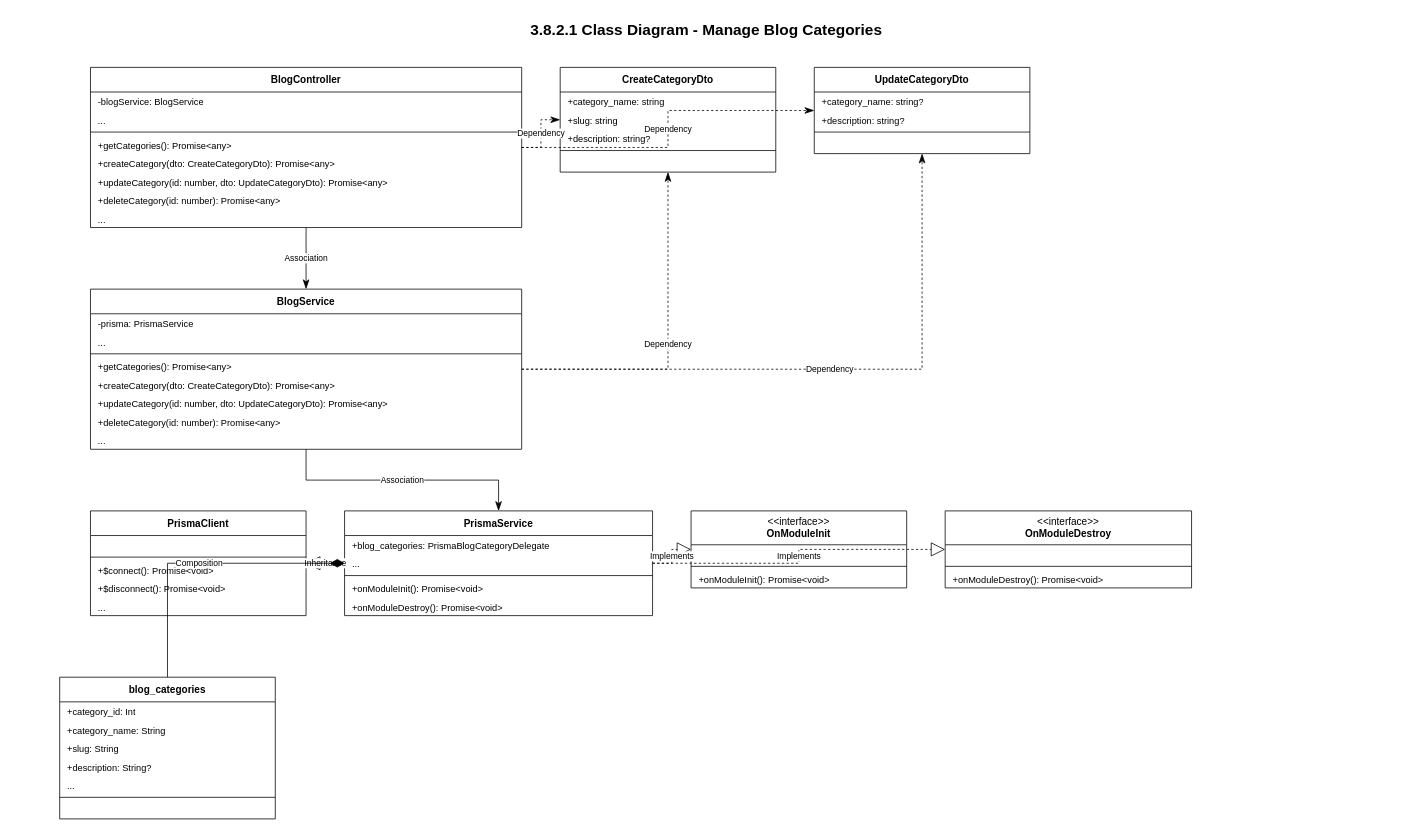
The draw.io diagram page "Manage Blog Categories" (2 of 5) of blog_all_class_diagrams.drawio in CuongBC195/class-diagram-donation-blood, before the edit. Source tidied: cells renumbered, new cells numbered last; positions are measured from the earlier drawing's top-left corner, leaving out a move shared by most shapes. Both pictures are drawn from the tidied source at 77%, with x=0, y=0 at pixel (13, 13).
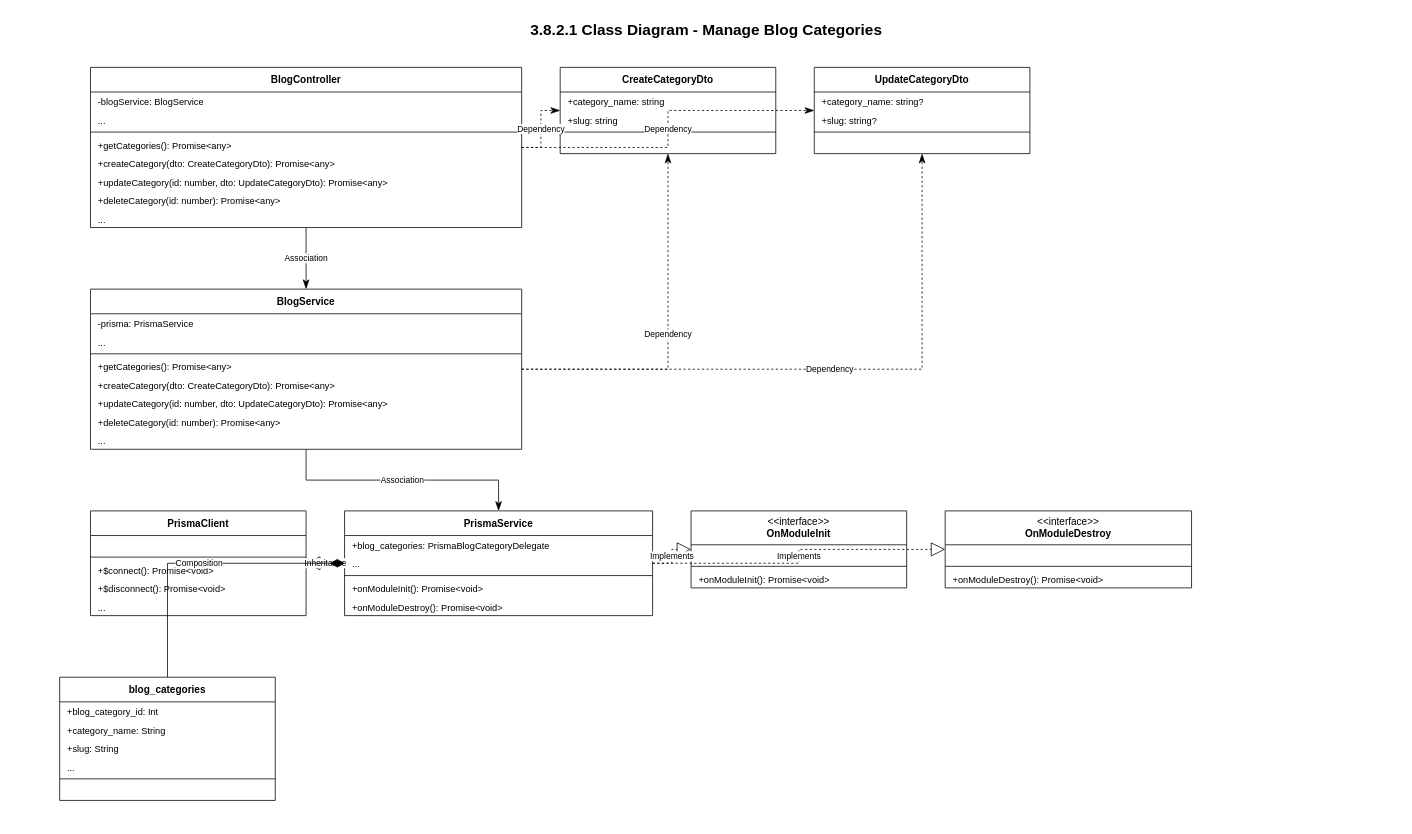
After the change.

Commit message (it also covers changes not shown here):
fix(diagrams): align Auth and Blog modules 100% with NestJS source and Prisma schema

Unchanged cells that the change refers to:
```xml
<mxCell id="18" value="&lt;b&gt;UpdateCategoryDto&lt;/b&gt;" style="swimlane;fontStyle=0;horizontal=1;startSize=32;whiteSpace=wrap;html=1;fillColor=#ffffff;strokeColor=#000000;swimlaneFillColor=#ffffff;fontColor=#000000;fontFamily=Arial;fontSize=13;" parent="1" vertex="1">
  <mxGeometry x="1040" y="70" width="280" height="112" as="geometry" />
</mxCell>
```

What changed in the source:
```diff
@@
     <mxCell id="12" value="&lt;b&gt;CreateCategoryDto&lt;/b&gt;" style="swimlane;fontStyle=0;horizontal=1;startSize=32;whiteSpace=wrap;html=1;fillColor=#ffffff;strokeColor=#000000;swimlaneFillColor=#ffffff;fontColor=#000000;fontFamily=Arial;fontSize=13;" parent="1" vertex="1">
-      <mxGeometry x="710" y="70" width="280" height="136" as="geometry" />
+      <mxGeometry x="710" y="70" width="280" height="112" as="geometry" />
     </mxCell>
@@
-    <mxCell id="15" value="+description: string?" style="text;strokeColor=none;fillColor=none;align=left;verticalAlign=top;spacingLeft=8;spacingRight=8;overflow=hidden;whiteSpace=wrap;html=1;fontFamily=Arial;fontSize=12;fontColor=#000000;" parent="12" vertex="1">
-      <mxGeometry y="80" width="280" height="24" as="geometry" />
-    </mxCell>
     <mxCell id="16" style="line;strokeWidth=1;fillColor=none;strokeColor=#000000;align=left;verticalAlign=middle;" parent="12" vertex="1">
-      <mxGeometry y="104" width="280" height="8" as="geometry" />
+      <mxGeometry y="80" width="280" height="8" as="geometry" />
     </mxCell>
     <mxCell id="17" value=" " style="text;strokeColor=none;fillColor=none;align=left;verticalAlign=top;spacingLeft=8;spacingRight=8;overflow=hidden;whiteSpace=wrap;html=1;fontFamily=Arial;fontSize=12;fontColor=#000000;" parent="12" vertex="1">
-      <mxGeometry y="112" width="280" height="24" as="geometry" />
+      <mxGeometry y="88" width="280" height="24" as="geometry" />
     </mxCell>
@@
-    <mxCell id="20" value="+description: string?" style="text;strokeColor=none;fillColor=none;align=left;verticalAlign=top;spacingLeft=8;spacingRight=8;overflow=hidden;whiteSpace=wrap;html=1;fontFamily=Arial;fontSize=12;fontColor=#000000;" parent="18" vertex="1">
+    <mxCell id="20" value="+slug: string?" style="text;strokeColor=none;fillColor=none;align=left;verticalAlign=top;spacingLeft=8;spacingRight=8;overflow=hidden;whiteSpace=wrap;html=1;fontFamily=Arial;fontSize=12;fontColor=#000000;" parent="18" vertex="1">
       <mxGeometry y="56" width="280" height="24" as="geometry" />
     </mxCell>
@@
     <mxCell id="52" value="&lt;b&gt;blog_categories&lt;/b&gt;" style="swimlane;fontStyle=0;horizontal=1;startSize=32;whiteSpace=wrap;html=1;fillColor=#ffffff;strokeColor=#000000;swimlaneFillColor=#ffffff;fontColor=#000000;fontFamily=Arial;fontSize=13;" parent="1" vertex="1">
-      <mxGeometry x="60" y="862" width="280" height="184" as="geometry" />
+      <mxGeometry x="60" y="862" width="280" height="160" as="geometry" />
     </mxCell>
-    <mxCell id="53" value="+category_id: Int" style="text;strokeColor=none;fillColor=none;align=left;verticalAlign=top;spacingLeft=8;spacingRight=8;overflow=hidden;whiteSpace=wrap;html=1;fontFamily=Arial;fontSize=12;fontColor=#000000;" parent="52" vertex="1">
+    <mxCell id="53" value="+blog_category_id: Int" style="text;strokeColor=none;fillColor=none;align=left;verticalAlign=top;spacingLeft=8;spacingRight=8;overflow=hidden;whiteSpace=wrap;html=1;fontFamily=Arial;fontSize=12;fontColor=#000000;" parent="52" vertex="1">
       <mxGeometry y="32" width="280" height="24" as="geometry" />
     </mxCell>
@@
-    <mxCell id="56" value="+description: String?" style="text;strokeColor=none;fillColor=none;align=left;verticalAlign=top;spacingLeft=8;spacingRight=8;overflow=hidden;whiteSpace=wrap;html=1;fontFamily=Arial;fontSize=12;fontColor=#000000;" parent="52" vertex="1">
+    <mxCell id="56" value="..." style="text;strokeColor=none;fillColor=none;align=left;verticalAlign=top;spacingLeft=8;spacingRight=8;overflow=hidden;whiteSpace=wrap;html=1;fontFamily=Arial;fontSize=12;fontColor=#000000;" parent="52" vertex="1">
       <mxGeometry y="104" width="280" height="24" as="geometry" />
     </mxCell>
-    <mxCell id="57" value="..." style="text;strokeColor=none;fillColor=none;align=left;verticalAlign=top;spacingLeft=8;spacingRight=8;overflow=hidden;whiteSpace=wrap;html=1;fontFamily=Arial;fontSize=12;fontColor=#000000;" parent="52" vertex="1">
-      <mxGeometry y="128" width="280" height="24" as="geometry" />
-    </mxCell>
     <mxCell id="58" style="line;strokeWidth=1;fillColor=none;strokeColor=#000000;align=left;verticalAlign=middle;" parent="52" vertex="1">
-      <mxGeometry y="152" width="280" height="8" as="geometry" />
+      <mxGeometry y="128" width="280" height="8" as="geometry" />
     </mxCell>
     <mxCell id="59" value=" " style="text;strokeColor=none;fillColor=none;align=left;verticalAlign=top;spacingLeft=8;spacingRight=8;overflow=hidden;whiteSpace=wrap;html=1;fontFamily=Arial;fontSize=12;fontColor=#000000;" parent="52" vertex="1">
-      <mxGeometry y="160" width="280" height="24" as="geometry" />
+      <mxGeometry y="136" width="280" height="24" as="geometry" />
     </mxCell>
```
